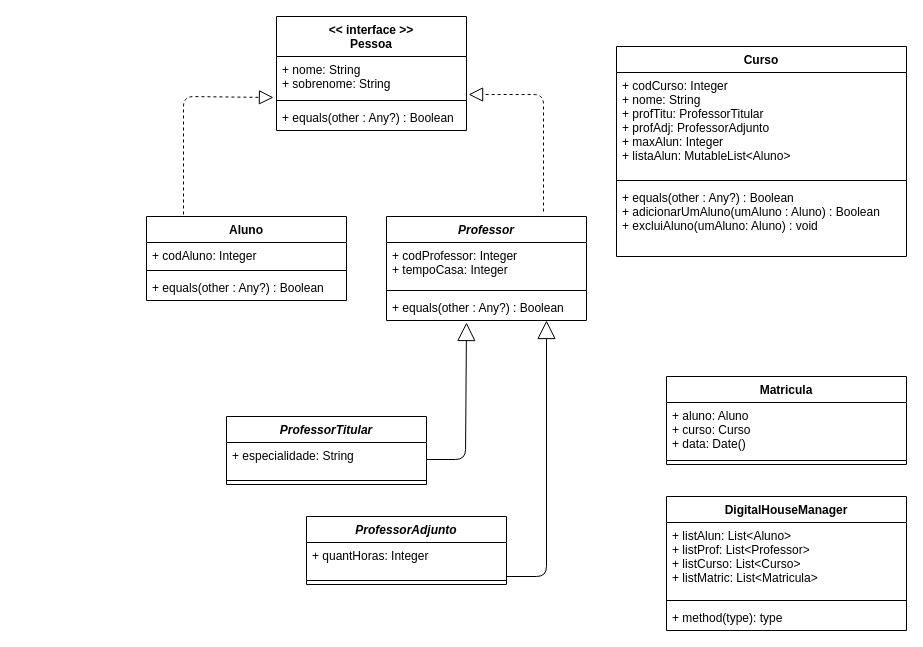
Before: Desafio1DigitalHouse.drawio in eneri-jr/Desafio1DigitalHouse, a draw.io diagram. Source tidied: cells renumbered, new cells numbered last; positions are measured from the earlier drawing's top-left corner, leaving out a move shared by most shapes. Both pictures are drawn from the tidied source at 100%, with x=0, y=0 at pixel (146, 16).
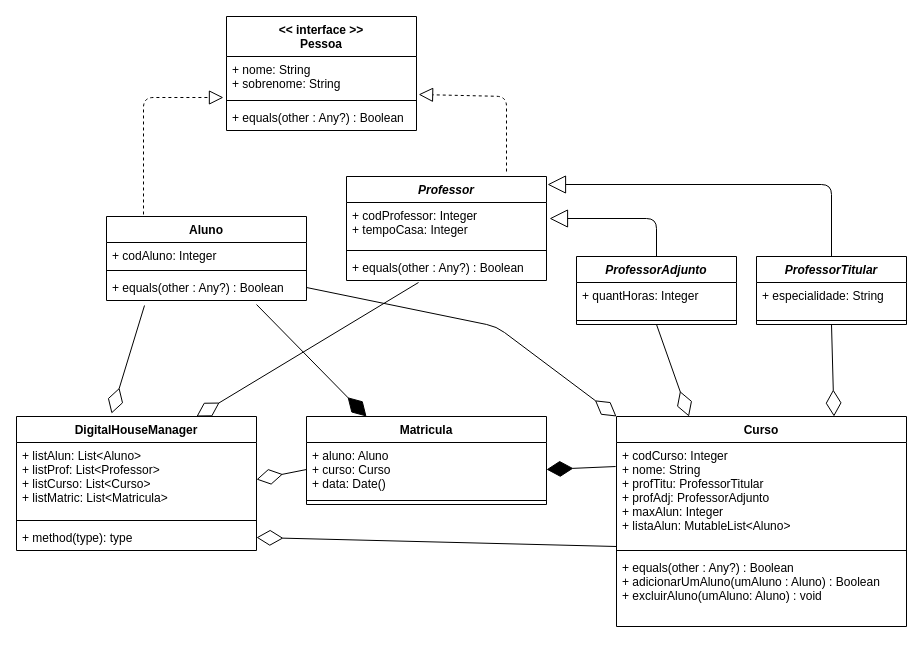
The same page after the edit.

Commit message:
Implementaçao das relacoes no UML

Unchanged cells that the change refers to:
```xml
<mxCell id="4" value="+ nome: String&#10;+ sobrenome: String" style="text;strokeColor=none;fillColor=none;align=left;verticalAlign=top;spacingLeft=4;spacingRight=4;overflow=hidden;points=[[0,0.5],[1,0.5]];portConstraint=eastwest;" parent="3" vertex="1">
  <mxGeometry y="40" width="190" height="40" as="geometry" />
</mxCell>
<mxCell id="11" value="+ equals(other : Any?) : Boolean" style="text;strokeColor=none;fillColor=none;align=left;verticalAlign=top;spacingLeft=4;spacingRight=4;overflow=hidden;points=[[0,0.5],[1,0.5]];portConstraint=eastwest;" parent="8" vertex="1">
  <mxGeometry y="58" width="200" height="26" as="geometry" />
</mxCell>
<mxCell id="13" value="+ codProfessor: Integer&#10;+ tempoCasa: Integer" style="text;strokeColor=none;fillColor=none;align=left;verticalAlign=top;spacingLeft=4;spacingRight=4;overflow=hidden;points=[[0,0.5],[1,0.5]];portConstraint=eastwest;" parent="12" vertex="1">
  <mxGeometry y="26" width="200" height="44" as="geometry" />
</mxCell>
<mxCell id="15" value="+ equals(other : Any?) : Boolean" style="text;strokeColor=none;fillColor=none;align=left;verticalAlign=top;spacingLeft=4;spacingRight=4;overflow=hidden;points=[[0,0.5],[1,0.5]];portConstraint=eastwest;" parent="12" vertex="1">
  <mxGeometry y="78" width="200" height="26" as="geometry" />
</mxCell>
<mxCell id="25" value="+ listAlun: List&lt;Aluno&gt;&#10;+ listProf: List&lt;Professor&gt;&#10;+ listCurso: List&lt;Curso&gt;&#10;+ listMatric: List&lt;Matricula&gt;" style="text;strokeColor=none;fillColor=none;align=left;verticalAlign=top;spacingLeft=4;spacingRight=4;overflow=hidden;points=[[0,0.5],[1,0.5]];portConstraint=eastwest;" parent="24" vertex="1">
  <mxGeometry y="26" width="240" height="74" as="geometry" />
</mxCell>
<mxCell id="27" value="+ method(type): type" style="text;strokeColor=none;fillColor=none;align=left;verticalAlign=top;spacingLeft=4;spacingRight=4;overflow=hidden;points=[[0,0.5],[1,0.5]];portConstraint=eastwest;" parent="24" vertex="1">
  <mxGeometry y="108" width="240" height="26" as="geometry" />
</mxCell>
<mxCell id="29" value="+ aluno: Aluno&#10;+ curso: Curso&#10;+ data: Date()" style="text;strokeColor=none;fillColor=none;align=left;verticalAlign=top;spacingLeft=4;spacingRight=4;overflow=hidden;points=[[0,0.5],[1,0.5]];portConstraint=eastwest;" parent="28" vertex="1">
  <mxGeometry y="26" width="240" height="54" as="geometry" />
</mxCell>
```

The edit, as a diff of the source:
```diff
@@
-    <mxCell id="2" style="endArrow=block;endSize=16;endFill=0;html=1;entryX=0.4;entryY=1.077;entryDx=0;entryDy=0;entryPerimeter=0;" parent="1" edge="1">
-      <mxGeometry relative="1" as="geometry">
-        <mxPoint x="360" y="560" as="sourcePoint" />
-        <mxPoint x="400" y="304" as="targetPoint" />
-        <Array as="points">
-          <mxPoint x="400" y="560" />
-        </Array>
-      </mxGeometry>
-    </mxCell>
+    <mxCell id="7" style="endArrow=block;dashed=1;endFill=0;endSize=12;html=1;exitX=0.185;exitY=-0.024;exitDx=0;exitDy=0;exitPerimeter=0;entryX=-0.016;entryY=1.025;entryDx=0;entryDy=0;entryPerimeter=0;" parent="1" edge="1" source="8" target="4">
+      <mxGeometry relative="1" as="geometry">
+        <Array as="points">
+          <mxPoint x="-3" y="81" />
+        </Array>
+      </mxGeometry>
+    </mxCell>
+    <mxCell id="16" style="endArrow=block;dashed=1;endFill=0;endSize=12;html=1;entryX=1.011;entryY=0.95;entryDx=0;entryDy=0;entryPerimeter=0;" parent="1" edge="1" target="4">
+      <mxGeometry relative="1" as="geometry">
+        <mxPoint x="360" y="155" as="sourcePoint" />
+        <Array as="points">
+          <mxPoint x="360" y="80" />
+        </Array>
+      </mxGeometry>
+    </mxCell>
     <mxCell id="3" value="&lt;&lt; interface &gt;&gt;&#10;Pessoa" style="swimlane;fontStyle=1;align=center;verticalAlign=top;horizontal=1;startSize=40;" parent="1" vertex="1">
-      <mxGeometry x="130" width="190" height="114" as="geometry" />
+      <mxGeometry x="80" width="190" height="114" as="geometry" />
     </mxCell>
@@
-    <mxCell id="7" style="endArrow=block;dashed=1;endFill=0;endSize=12;html=1;exitX=0.185;exitY=-0.024;exitDx=0;exitDy=0;exitPerimeter=0;entryX=-0.016;entryY=1.025;entryDx=0;entryDy=0;entryPerimeter=0;" parent="1" edge="1" source="8" target="4">
-      <mxGeometry relative="1" as="geometry">
-        <Array as="points">
-          <mxPoint x="37" y="80" />
-        </Array>
-      </mxGeometry>
-    </mxCell>
     <mxCell id="8" value="Aluno" style="swimlane;fontStyle=1;align=center;verticalAlign=top;horizontal=1;startSize=26;" parent="1" vertex="1">
-      <mxGeometry y="200" width="200" height="84" as="geometry" />
+      <mxGeometry x="-40" y="200" width="200" height="84" as="geometry" />
     </mxCell>
@@
     <mxCell id="12" value="Professor" style="swimlane;fontStyle=3;align=center;verticalAlign=top;horizontal=1;startSize=26;" parent="1" vertex="1">
-      <mxGeometry x="240" y="200" width="200" height="104" as="geometry" />
+      <mxGeometry x="200" y="160" width="200" height="104" as="geometry" />
     </mxCell>
@@
-    <mxCell id="16" style="endArrow=block;dashed=1;endFill=0;endSize=12;html=1;exitX=0.785;exitY=-0.048;exitDx=0;exitDy=0;exitPerimeter=0;entryX=1.011;entryY=0.95;entryDx=0;entryDy=0;entryPerimeter=0;" parent="1" edge="1" source="12" target="4">
-      <mxGeometry relative="1" as="geometry">
-        <Array as="points">
-          <mxPoint x="397" y="78" />
-        </Array>
-      </mxGeometry>
-    </mxCell>
-    <mxCell id="17" style="endArrow=block;endSize=16;endFill=0;html=1;exitX=1;exitY=0.5;exitDx=0;exitDy=0;entryX=0.4;entryY=1.077;entryDx=0;entryDy=0;entryPerimeter=0;" parent="1" edge="1" source="19" target="15">
-      <mxGeometry relative="1" as="geometry">
-        <Array as="points">
-          <mxPoint x="319" y="443" />
-        </Array>
-      </mxGeometry>
-    </mxCell>
     <mxCell id="18" value="ProfessorTitular" style="swimlane;fontStyle=3;align=center;verticalAlign=top;horizontal=1;startSize=26;" parent="1" vertex="1">
-      <mxGeometry x="80" y="400" width="200" height="68" as="geometry" />
+      <mxGeometry x="610" y="240" width="150" height="68" as="geometry" />
     </mxCell>
     <mxCell id="19" value="+ especialidade: String" style="text;strokeColor=none;fillColor=none;align=left;verticalAlign=top;spacingLeft=4;spacingRight=4;overflow=hidden;points=[[0,0.5],[1,0.5]];portConstraint=eastwest;" parent="18" vertex="1">
-      <mxGeometry y="26" width="200" height="34" as="geometry" />
+      <mxGeometry y="26" width="150" height="34" as="geometry" />
     </mxCell>
     <mxCell id="20" style="line;strokeWidth=1;fillColor=none;align=left;verticalAlign=middle;spacingTop=-1;spacingLeft=3;spacingRight=3;labelPosition=right;" parent="18" vertex="1">
-      <mxGeometry y="60" width="200" height="8" as="geometry" />
+      <mxGeometry y="60" width="150" height="8" as="geometry" />
     </mxCell>
     <mxCell id="21" value="ProfessorAdjunto" style="swimlane;fontStyle=3;align=center;verticalAlign=top;horizontal=1;startSize=26;" parent="1" vertex="1">
-      <mxGeometry x="160" y="500" width="200" height="68" as="geometry" />
+      <mxGeometry x="430" y="240" width="160" height="68" as="geometry" />
     </mxCell>
     <mxCell id="22" value="+ quantHoras: Integer" style="text;strokeColor=none;fillColor=none;align=left;verticalAlign=top;spacingLeft=4;spacingRight=4;overflow=hidden;" parent="21" vertex="1">
-      <mxGeometry y="26" width="200" height="34" as="geometry" />
+      <mxGeometry y="26" width="160" height="34" as="geometry" />
     </mxCell>
     <mxCell id="23" style="line;strokeWidth=1;fillColor=none;align=left;verticalAlign=middle;spacingTop=-1;spacingLeft=3;spacingRight=3;labelPosition=right;" parent="21" vertex="1">
-      <mxGeometry y="60" width="200" height="8" as="geometry" />
+      <mxGeometry y="60" width="160" height="8" as="geometry" />
     </mxCell>
+    <mxCell id="35" style="endArrow=block;endSize=16;endFill=0;html=1;exitX=0.5;exitY=0;exitDx=0;exitDy=0;entryX=1.015;entryY=0.364;entryDx=0;entryDy=0;entryPerimeter=0;" parent="1" edge="1" source="21" target="13">
+      <mxGeometry x="-0.48" y="20" relative="1" as="geometry">
+        <Array as="points">
+          <mxPoint x="510" y="202" />
+        </Array>
+        <mxPoint x="-20" y="-20" as="offset" />
+      </mxGeometry>
+    </mxCell>
+    <mxCell id="36" style="endArrow=block;endSize=16;endFill=0;html=1;exitX=0.5;exitY=0;exitDx=0;exitDy=0;entryX=1.005;entryY=0.077;entryDx=0;entryDy=0;entryPerimeter=0;" parent="1" edge="1" source="18" target="12">
+      <mxGeometry x="-0.17" y="52" relative="1" as="geometry">
+        <Array as="points">
+          <mxPoint x="685" y="168" />
+        </Array>
+      </mxGeometry>
+    </mxCell>
+    <mxCell id="31" value="Curso" style="swimlane;fontStyle=1;align=center;verticalAlign=top;horizontal=1;startSize=26;" parent="1" vertex="1">
+      <mxGeometry x="470" y="400" width="290" height="210" as="geometry" />
+    </mxCell>
+    <mxCell id="32" value="+ codCurso: Integer&#10;+ nome: String&#10;+ profTitu: ProfessorTitular&#10;+ profAdj: ProfessorAdjunto&#10;+ maxAlun: Integer&#10;+ listaAlun: MutableList&lt;Aluno&gt;" style="text;strokeColor=none;fillColor=none;align=left;verticalAlign=top;spacingLeft=4;spacingRight=4;overflow=hidden;points=[[0,0.5],[1,0.5]];portConstraint=eastwest;" parent="31" vertex="1">
+      <mxGeometry y="26" width="290" height="104" as="geometry" />
+    </mxCell>
+    <mxCell id="33" style="line;strokeWidth=1;fillColor=none;align=left;verticalAlign=middle;spacingTop=-1;spacingLeft=3;spacingRight=3;labelPosition=right;" parent="31" vertex="1">
+      <mxGeometry y="130" width="290" height="8" as="geometry" />
+    </mxCell>
+    <mxCell id="34" value="+ equals(other : Any?) : Boolean&#10;+ adicionarUmAluno(umAluno : Aluno) : Boolean&#10;+ excluirAluno(umAluno: Aluno) : void" style="text;strokeColor=none;fillColor=none;align=left;verticalAlign=top;spacingLeft=4;spacingRight=4;overflow=hidden;" parent="31" vertex="1">
+      <mxGeometry y="138" width="290" height="72" as="geometry" />
+    </mxCell>
     <mxCell id="24" value="DigitalHouseManager" style="swimlane;fontStyle=1;align=center;verticalAlign=top;horizontal=1;startSize=26;" parent="1" vertex="1">
-      <mxGeometry x="520" y="480" width="240" height="134" as="geometry" />
+      <mxGeometry x="-130" y="400" width="240" height="134" as="geometry" />
     </mxCell>
@@
     <mxCell id="28" value="Matricula&#10;" style="swimlane;fontStyle=1;align=center;verticalAlign=top;horizontal=1;startSize=26;" parent="1" vertex="1">
-      <mxGeometry x="520" y="360" width="240" height="88" as="geometry" />
+      <mxGeometry x="160" y="400" width="240" height="88" as="geometry" />
     </mxCell>
@@
-    <mxCell id="31" value="Curso" style="swimlane;fontStyle=1;align=center;verticalAlign=top;horizontal=1;startSize=26;" parent="1" vertex="1">
-      <mxGeometry x="470" y="30" width="290" height="210" as="geometry" />
-    </mxCell>
-    <mxCell id="32" value="+ codCurso: Integer&#10;+ nome: String&#10;+ profTitu: ProfessorTitular&#10;+ profAdj: ProfessorAdjunto&#10;+ maxAlun: Integer&#10;+ listaAlun: MutableList&lt;Aluno&gt;" style="text;strokeColor=none;fillColor=none;align=left;verticalAlign=top;spacingLeft=4;spacingRight=4;overflow=hidden;points=[[0,0.5],[1,0.5]];portConstraint=eastwest;" parent="31" vertex="1">
-      <mxGeometry y="26" width="290" height="104" as="geometry" />
-    </mxCell>
-    <mxCell id="33" style="line;strokeWidth=1;fillColor=none;align=left;verticalAlign=middle;spacingTop=-1;spacingLeft=3;spacingRight=3;labelPosition=right;" parent="31" vertex="1">
-      <mxGeometry y="130" width="290" height="8" as="geometry" />
-    </mxCell>
-    <mxCell id="34" value="+ equals(other : Any?) : Boolean&#10;+ adicionarUmAluno(umAluno : Aluno) : Boolean&#10;+ excluiAluno(umAluno: Aluno) : void" style="text;strokeColor=none;fillColor=none;align=left;verticalAlign=top;spacingLeft=4;spacingRight=4;overflow=hidden;" parent="31" vertex="1">
-      <mxGeometry y="138" width="290" height="72" as="geometry" />
-    </mxCell>
+    <mxCell id="37" style="endArrow=diamondThin;endFill=1;endSize=24;html=1;entryX=0.25;entryY=0;entryDx=0;entryDy=0;exitX=0.75;exitY=1.154;exitDx=0;exitDy=0;exitPerimeter=0;" parent="1" edge="1" source="11" target="28">
+      <mxGeometry relative="1" as="geometry" />
+    </mxCell>
+    <mxCell id="38" style="endArrow=diamondThin;endFill=1;endSize=24;html=1;exitX=-0.003;exitY=0.231;exitDx=0;exitDy=0;exitPerimeter=0;entryX=1;entryY=0.5;entryDx=0;entryDy=0;" parent="1" edge="1" source="32" target="29">
+      <mxGeometry relative="1" as="geometry" />
+    </mxCell>
+    <mxCell id="39" style="endArrow=diamondThin;endFill=0;endSize=24;html=1;exitX=1;exitY=0.5;exitDx=0;exitDy=0;entryX=0;entryY=0;entryDx=0;entryDy=0;" parent="1" edge="1" source="11" target="31">
+      <mxGeometry relative="1" as="geometry">
+        <Array as="points">
+          <mxPoint x="350" y="310" />
+        </Array>
+      </mxGeometry>
+    </mxCell>
+    <mxCell id="40" style="endArrow=diamondThin;endFill=0;endSize=24;html=1;exitX=0.5;exitY=1;exitDx=0;exitDy=0;entryX=0.25;entryY=0;entryDx=0;entryDy=0;" parent="1" edge="1" source="21" target="31">
+      <mxGeometry relative="1" as="geometry" />
+    </mxCell>
+    <mxCell id="41" style="endArrow=diamondThin;endFill=0;endSize=24;html=1;exitX=0.5;exitY=1;exitDx=0;exitDy=0;entryX=0.75;entryY=0;entryDx=0;entryDy=0;" parent="1" edge="1" source="18" target="31">
+      <mxGeometry relative="1" as="geometry" />
+    </mxCell>
+    <mxCell id="42" style="endArrow=diamondThin;endFill=0;endSize=24;html=1;exitX=0.19;exitY=1.192;exitDx=0;exitDy=0;exitPerimeter=0;entryX=0.396;entryY=-0.022;entryDx=0;entryDy=0;entryPerimeter=0;" parent="1" edge="1" source="11" target="24">
+      <mxGeometry relative="1" as="geometry" />
+    </mxCell>
+    <mxCell id="43" style="endArrow=diamondThin;endFill=0;endSize=24;html=1;exitX=0.36;exitY=1.077;exitDx=0;exitDy=0;exitPerimeter=0;entryX=0.75;entryY=0;entryDx=0;entryDy=0;" parent="1" edge="1" source="15" target="24">
+      <mxGeometry relative="1" as="geometry" />
+    </mxCell>
+    <mxCell id="44" style="endArrow=diamondThin;endFill=0;endSize=24;html=1;exitX=0;exitY=0.5;exitDx=0;exitDy=0;entryX=1;entryY=0.5;entryDx=0;entryDy=0;" parent="1" edge="1" source="29" target="25">
+      <mxGeometry relative="1" as="geometry" />
+    </mxCell>
+    <mxCell id="45" style="endArrow=diamondThin;endFill=0;endSize=24;html=1;exitX=0;exitY=1;exitDx=0;exitDy=0;exitPerimeter=0;entryX=1;entryY=0.5;entryDx=0;entryDy=0;" parent="1" edge="1" source="32" target="27">
+      <mxGeometry relative="1" as="geometry" />
+    </mxCell>
```
